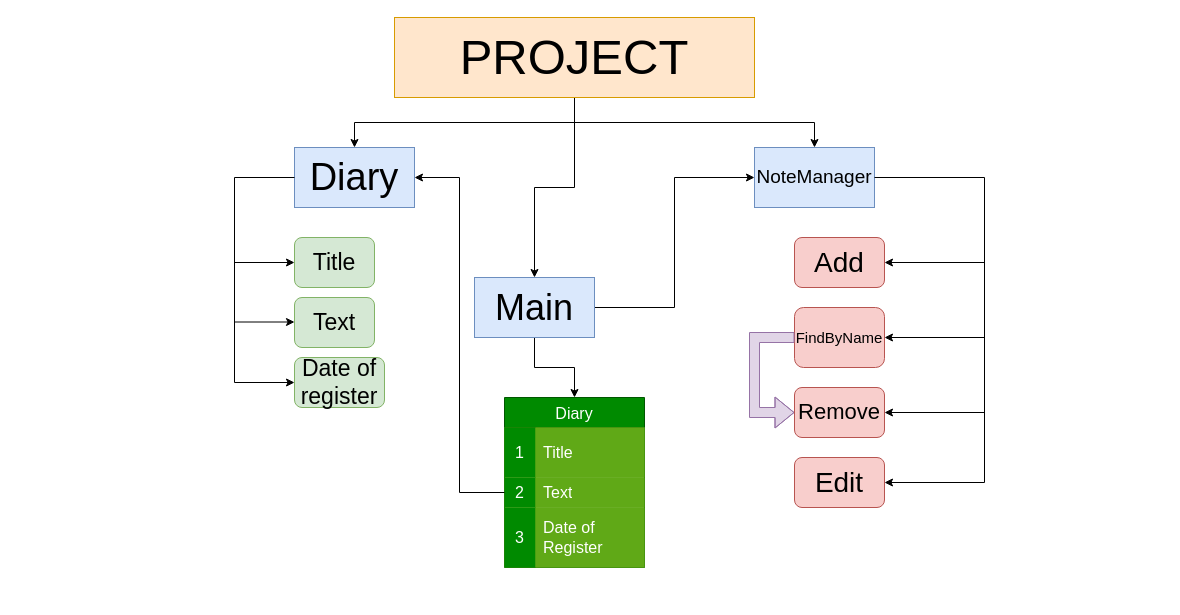
Earlier version of the draw.io diagram Final_Project/FinalProject.drawio (Lyagushechka1/FinalProject). Source tidied: cells renumbered, new cells numbered last; positions are measured from the earlier drawing's top-left corner, leaving out a move shared by most shapes. Both pictures are drawn from the tidied source at 100%, with x=0, y=0 at pixel (234, 17).
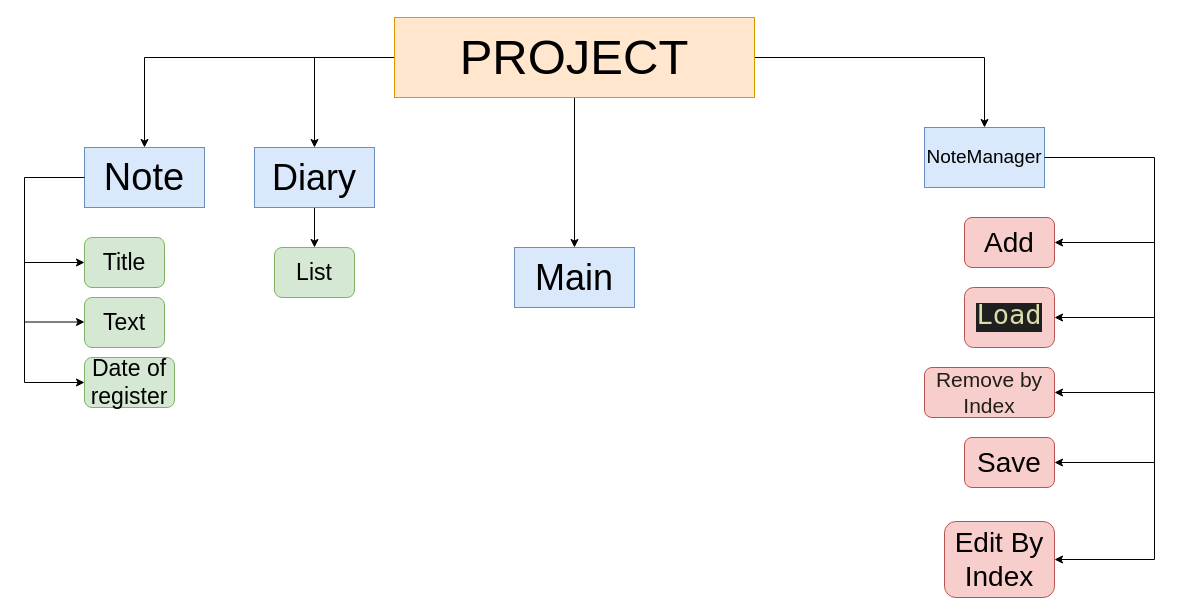
The same page after the edit.

The change refers to these unchanged cells:
```xml
<mxCell id="12" value="&lt;font style=&quot;font-size: 49px;&quot;&gt;PROJECT&lt;/font&gt;" style="rounded=0;whiteSpace=wrap;html=1;fillColor=#ffe6cc;strokeColor=#d79b00;" parent="1" vertex="1">
  <mxGeometry x="160" width="360" height="80" as="geometry" />
</mxCell>
```

Diff of the diagram source:
```diff
@@
-    <mxCell id="2" value="&lt;font style=&quot;font-size: 38px;&quot;&gt;Diary&lt;/font&gt;" style="rounded=0;whiteSpace=wrap;html=1;fillColor=#dae8fc;strokeColor=#6c8ebf;" parent="1" vertex="1">
-      <mxGeometry x="60" y="130" width="120" height="60" as="geometry" />
+    <mxCell id="2" value="&lt;font style=&quot;font-size: 38px;&quot;&gt;Note&lt;/font&gt;" style="rounded=0;whiteSpace=wrap;html=1;fillColor=#dae8fc;strokeColor=#6c8ebf;" parent="1" vertex="1">
+      <mxGeometry x="-150" y="130" width="120" height="60" as="geometry" />
     </mxCell>
     <mxCell id="3" value="&lt;font style=&quot;font-size: 23px;&quot;&gt;Title&lt;/font&gt;" style="rounded=1;whiteSpace=wrap;html=1;fillColor=#d5e8d4;strokeColor=#82b366;" parent="1" vertex="1">
-      <mxGeometry x="60" y="220" width="80" height="50" as="geometry" />
+      <mxGeometry x="-150" y="220" width="80" height="50" as="geometry" />
     </mxCell>
     <mxCell id="4" value="&lt;font style=&quot;font-size: 23px;&quot;&gt;Text&lt;/font&gt;" style="rounded=1;whiteSpace=wrap;html=1;fillColor=#d5e8d4;strokeColor=#82b366;" parent="1" vertex="1">
-      <mxGeometry x="60" y="280" width="80" height="50" as="geometry" />
+      <mxGeometry x="-150" y="280" width="80" height="50" as="geometry" />
     </mxCell>
     <mxCell id="5" value="&lt;font style=&quot;font-size: 23px;&quot;&gt;Date of register&lt;/font&gt;" style="rounded=1;whiteSpace=wrap;html=1;fillColor=#d5e8d4;strokeColor=#82b366;" parent="1" vertex="1">
-      <mxGeometry x="60" y="340" width="90" height="50" as="geometry" />
+      <mxGeometry x="-150" y="340" width="90" height="50" as="geometry" />
     </mxCell>
     <mxCell id="6" style="endArrow=classic;html=1;rounded=0;exitX=0;exitY=0.5;exitDx=0;exitDy=0;entryX=0;entryY=0.5;entryDx=0;entryDy=0;" parent="1" edge="1" source="2" target="5">
       <mxGeometry relative="1" as="geometry">
         <Array as="points">
-          <mxPoint y="160" />
-          <mxPoint y="365" />
+          <mxPoint x="-210" y="160" />
+          <mxPoint x="-210" y="365" />
         </Array>
       </mxGeometry>
     </mxCell>
     <mxCell id="7" style="endArrow=classic;html=1;rounded=0;entryX=0;entryY=0.5;entryDx=0;entryDy=0;" parent="1" edge="1" target="3">
       <mxGeometry relative="1" as="geometry">
-        <mxPoint y="245" as="sourcePoint" />
+        <mxPoint x="-210" y="245" as="sourcePoint" />
       </mxGeometry>
     </mxCell>
     <mxCell id="8" style="endArrow=classic;html=1;rounded=0;entryX=0;entryY=0.5;entryDx=0;entryDy=0;" parent="1" edge="1">
       <mxGeometry relative="1" as="geometry">
-        <mxPoint y="304.5" as="sourcePoint" />
-        <mxPoint x="60" y="304.5" as="targetPoint" />
+        <mxPoint x="-210" y="304.5" as="sourcePoint" />
+        <mxPoint x="-150" y="304.5" as="targetPoint" />
       </mxGeometry>
     </mxCell>
@@
+    <mxCell id="37" style="edgeStyle=orthogonalEdgeStyle;rounded=0;jettySize=auto;html=1;entryX=0.5;entryY=0;entryDx=0;entryDy=0;" parent="1" edge="1" source="12" target="25">
+      <mxGeometry relative="1" as="geometry" />
+    </mxCell>
@@
     <mxCell id="13" value="&lt;font style=&quot;font-size: 19px;&quot;&gt;NoteManager&lt;/font&gt;" style="rounded=0;whiteSpace=wrap;html=1;fillColor=#dae8fc;strokeColor=#6c8ebf;" parent="1" vertex="1">
-      <mxGeometry x="520" y="130" width="120" height="60" as="geometry" />
+      <mxGeometry x="690" y="110" width="120" height="60" as="geometry" />
     </mxCell>
     <mxCell id="14" value="&lt;font style=&quot;font-size: 28px;&quot;&gt;Add&lt;/font&gt;" style="rounded=1;whiteSpace=wrap;html=1;fillColor=#f8cecc;strokeColor=#b85450;" parent="1" vertex="1">
-      <mxGeometry x="560" y="220" width="90" height="50" as="geometry" />
+      <mxGeometry x="730" y="200" width="90" height="50" as="geometry" />
     </mxCell>
-    <mxCell id="15" value="&lt;font style=&quot;font-size: 15px;&quot;&gt;FindByName&lt;/font&gt;" style="rounded=1;whiteSpace=wrap;html=1;fillColor=#f8cecc;strokeColor=#b85450;" parent="1" vertex="1">
-      <mxGeometry x="560" y="290" width="90" height="60" as="geometry" />
+    <mxCell id="15" value="&lt;div style=&quot;background-color: rgb(31, 31, 31); font-family: Menlo, Monaco, &amp;quot;Courier New&amp;quot;, monospace; line-height: 23px; white-space: pre;&quot;&gt;&lt;font color=&quot;#dcdcaa&quot;&gt;&lt;span style=&quot;font-size: 27px;&quot;&gt;Load&lt;/span&gt;&lt;/font&gt;&lt;/div&gt;" style="rounded=1;whiteSpace=wrap;html=1;fillColor=#f8cecc;strokeColor=#b85450;" parent="1" vertex="1">
+      <mxGeometry x="730" y="270" width="90" height="60" as="geometry" />
     </mxCell>
-    <mxCell id="16" value="&lt;font style=&quot;font-size: 22px;&quot;&gt;Remove&lt;/font&gt;" style="rounded=1;whiteSpace=wrap;html=1;fillColor=#f8cecc;strokeColor=#b85450;" parent="1" vertex="1">
-      <mxGeometry x="560" y="370" width="90" height="50" as="geometry" />
+    <mxCell id="16" value="&lt;font style=&quot;font-size: 21px;&quot;&gt;&lt;font style=&quot;font-size: 21px;&quot; color=&quot;#1f1f18&quot;&gt;Remove by Index&lt;/font&gt;&lt;/font&gt;" style="rounded=1;whiteSpace=wrap;html=1;fillColor=#f8cecc;strokeColor=#b85450;" parent="1" vertex="1">
+      <mxGeometry x="690" y="350" width="130" height="50" as="geometry" />
     </mxCell>
-    <mxCell id="17" value="&lt;font style=&quot;font-size: 28px;&quot;&gt;Edit&lt;/font&gt;" style="rounded=1;whiteSpace=wrap;html=1;fillColor=#f8cecc;strokeColor=#b85450;" parent="1" vertex="1">
-      <mxGeometry x="560" y="440" width="90" height="50" as="geometry" />
+    <mxCell id="17" value="&lt;font style=&quot;font-size: 28px;&quot;&gt;Save&lt;/font&gt;" style="rounded=1;whiteSpace=wrap;html=1;fillColor=#f8cecc;strokeColor=#b85450;" parent="1" vertex="1">
+      <mxGeometry x="730" y="420" width="90" height="50" as="geometry" />
     </mxCell>
     <mxCell id="18" style="endArrow=classic;html=1;rounded=0;exitX=1;exitY=0.5;exitDx=0;exitDy=0;entryX=1;entryY=0.5;entryDx=0;entryDy=0;" parent="1" edge="1" source="13" target="17">
       <mxGeometry relative="1" as="geometry">
         <Array as="points">
-          <mxPoint x="750" y="160" />
-          <mxPoint x="750" y="465" />
+          <mxPoint x="920" y="140" />
+          <mxPoint x="920" y="445" />
         </Array>
       </mxGeometry>
     </mxCell>
     <mxCell id="19" style="endArrow=classic;html=1;rounded=0;entryX=1;entryY=0.5;entryDx=0;entryDy=0;" parent="1" edge="1" target="14">
       <mxGeometry relative="1" as="geometry">
-        <mxPoint x="750" y="245" as="sourcePoint" />
+        <mxPoint x="920" y="225" as="sourcePoint" />
       </mxGeometry>
     </mxCell>
     <mxCell id="20" style="endArrow=classic;html=1;rounded=0;" parent="1" edge="1">
       <mxGeometry relative="1" as="geometry">
-        <mxPoint x="750" y="320" as="sourcePoint" />
-        <mxPoint x="650" y="320" as="targetPoint" />
+        <mxPoint x="920" y="300" as="sourcePoint" />
+        <mxPoint x="820" y="300" as="targetPoint" />
       </mxGeometry>
     </mxCell>
     <mxCell id="21" style="endArrow=classic;html=1;rounded=0;" parent="1" edge="1">
       <mxGeometry relative="1" as="geometry">
-        <mxPoint x="750" y="395" as="sourcePoint" />
-        <mxPoint x="650" y="395" as="targetPoint" />
+        <mxPoint x="920" y="375" as="sourcePoint" />
+        <mxPoint x="820" y="375" as="targetPoint" />
       </mxGeometry>
     </mxCell>
-    <mxCell id="22" style="edgeStyle=orthogonalEdgeStyle;rounded=0;jettySize=auto;html=1;entryX=0.5;entryY=0;entryDx=0;entryDy=0;" parent="1" edge="1" source="24" target="25">
-      <mxGeometry relative="1" as="geometry" />
-    </mxCell>
-    <mxCell id="23" style="edgeStyle=orthogonalEdgeStyle;rounded=0;jettySize=auto;html=1;entryX=0;entryY=0.5;entryDx=0;entryDy=0;" parent="1" edge="1" source="24" target="13">
-      <mxGeometry relative="1" as="geometry" />
-    </mxCell>
     <mxCell id="24" value="&lt;font style=&quot;font-size: 36px;&quot;&gt;Main&lt;/font&gt;" style="rounded=0;whiteSpace=wrap;html=1;fillColor=#dae8fc;strokeColor=#6c8ebf;" parent="1" vertex="1">
-      <mxGeometry x="240" y="260" width="120" height="60" as="geometry" />
+      <mxGeometry x="280" y="230" width="120" height="60" as="geometry" />
     </mxCell>
+    <mxCell id="38" style="edgeStyle=orthogonalEdgeStyle;rounded=0;jettySize=auto;html=1;entryX=0.5;entryY=0;entryDx=0;entryDy=0;" parent="1" edge="1" source="25" target="39">
+      <mxGeometry relative="1" as="geometry" />
+    </mxCell>
-    <mxCell id="25" value="Diary" style="shape=table;startSize=30;childLayout=tableLayout;rowLines=0;fontStyle=0;strokeColor=#005700;fontSize=16;fillColor=#008a00;fontColor=#ffffff;" parent="1" vertex="1">
-      <mxGeometry x="270" y="380" width="140" height="170" as="geometry" />
+    <mxCell id="25" value="&lt;font style=&quot;font-size: 36px;&quot;&gt;Diary&lt;/font&gt;" style="rounded=0;whiteSpace=wrap;html=1;fillColor=#dae8fc;strokeColor=#6c8ebf;" parent="1" vertex="1">
+      <mxGeometry x="20" y="130" width="120" height="60" as="geometry" />
     </mxCell>
-    <mxCell id="26" style="shape=tableRow;horizontal=0;startSize=0;swimlaneHead=0;swimlaneBody=0;top=0;left=0;bottom=0;right=0;fillColor=#60a917;strokeColor=#2D7600;fontSize=16;fontColor=#ffffff;" parent="25" vertex="1">
-      <mxGeometry y="30" width="140" height="50" as="geometry" />
-    </mxCell>
-    <mxCell id="27" value="1" style="shape=partialRectangle;html=1;whiteSpace=wrap;fillColor=#008a00;top=0;left=0;bottom=0;right=0;overflow=hidden;strokeColor=#005700;fontSize=16;fontColor=#ffffff;" parent="26" vertex="1">
-      <mxGeometry width="31" height="50" as="geometry" />
-    </mxCell>
-    <mxCell id="28" value="Title" style="shape=partialRectangle;html=1;whiteSpace=wrap;fillColor=#60a917;top=0;left=0;bottom=0;right=0;align=left;spacingLeft=6;overflow=hidden;strokeColor=#2D7600;fontSize=16;fontColor=#ffffff;" parent="26" vertex="1">
-      <mxGeometry x="31" width="109" height="50" as="geometry" />
-    </mxCell>
-    <mxCell id="29" style="shape=tableRow;horizontal=0;startSize=0;swimlaneHead=0;swimlaneBody=0;top=0;left=0;bottom=0;right=0;fillColor=#60a917;points=[[0,0.5],[1,0.5]];portConstraint=eastwest;strokeColor=#2D7600;fontSize=16;fontColor=#ffffff;" parent="25" vertex="1">
-      <mxGeometry y="80" width="140" height="30" as="geometry" />
-    </mxCell>
-    <mxCell id="30" value="2" style="shape=partialRectangle;html=1;whiteSpace=wrap;fillColor=#008a00;top=0;left=0;bottom=0;right=0;overflow=hidden;strokeColor=#005700;fontSize=16;fontColor=#ffffff;" parent="29" vertex="1">
-      <mxGeometry width="31" height="30" as="geometry" />
-    </mxCell>
-    <mxCell id="31" value="Text" style="shape=partialRectangle;html=1;whiteSpace=wrap;fillColor=#60a917;top=0;left=0;bottom=0;right=0;align=left;spacingLeft=6;overflow=hidden;strokeColor=#2D7600;fontSize=16;fontColor=#ffffff;" parent="29" vertex="1">
-      <mxGeometry x="31" width="109" height="30" as="geometry" />
-    </mxCell>
-    <mxCell id="32" style="shape=tableRow;horizontal=0;startSize=0;swimlaneHead=0;swimlaneBody=0;top=0;left=0;bottom=0;right=0;fillColor=#60a917;strokeColor=#2D7600;fontSize=16;fontColor=#ffffff;" parent="25" vertex="1">
-      <mxGeometry y="110" width="140" height="60" as="geometry" />
-    </mxCell>
-    <mxCell id="33" value="3" style="shape=partialRectangle;html=1;whiteSpace=wrap;fillColor=#008a00;top=0;left=0;bottom=0;right=0;overflow=hidden;strokeColor=#005700;fontSize=16;fontColor=#ffffff;" parent="32" vertex="1">
-      <mxGeometry width="31" height="60" as="geometry" />
-    </mxCell>
-    <mxCell id="34" value="Date of Register" style="shape=partialRectangle;html=1;whiteSpace=wrap;fillColor=#60a917;top=0;left=0;bottom=0;right=0;align=left;spacingLeft=6;overflow=hidden;strokeColor=#2D7600;fontSize=16;fontColor=#ffffff;" parent="32" vertex="1">
-      <mxGeometry x="31" width="109" height="60" as="geometry" />
-    </mxCell>
-    <mxCell id="35" style="edgeStyle=orthogonalEdgeStyle;rounded=0;jettySize=auto;html=1;entryX=1;entryY=0.5;entryDx=0;entryDy=0;" parent="1" edge="1" source="29" target="2">
-      <mxGeometry relative="1" as="geometry" />
-    </mxCell>
-    <mxCell id="36" style="shape=flexArrow;endArrow=classic;html=1;rounded=0;exitX=0;exitY=0.5;exitDx=0;exitDy=0;entryX=0;entryY=0.5;entryDx=0;entryDy=0;fillColor=#e1d5e7;strokeColor=#9673a6;" parent="1" edge="1" source="15" target="16">
-      <mxGeometry relative="1" as="geometry">
-        <Array as="points">
-          <mxPoint x="520" y="320" />
-          <mxPoint x="520" y="395" />
-        </Array>
-      </mxGeometry>
-    </mxCell>
+    <mxCell id="39" value="&lt;font style=&quot;font-size: 23px;&quot;&gt;List&lt;/font&gt;" style="rounded=1;whiteSpace=wrap;html=1;fillColor=#d5e8d4;strokeColor=#82b366;" parent="1" vertex="1">
+      <mxGeometry x="40" y="230" width="80" height="50" as="geometry" />
+    </mxCell>
+    <mxCell id="40" value="&lt;font style=&quot;font-size: 28px;&quot;&gt;Edit By Index&lt;/font&gt;" style="rounded=1;whiteSpace=wrap;html=1;fillColor=#f8cecc;strokeColor=#b85450;" parent="1" vertex="1">
+      <mxGeometry x="710" y="504" width="110" height="76" as="geometry" />
+    </mxCell>
+    <mxCell id="41" style="endArrow=classic;html=1;rounded=0;entryX=1;entryY=0.5;entryDx=0;entryDy=0;" parent="1" edge="1" target="40">
+      <mxGeometry relative="1" as="geometry">
+        <mxPoint x="920" y="440" as="sourcePoint" />
+        <Array as="points">
+          <mxPoint x="920" y="542" />
+        </Array>
+      </mxGeometry>
+    </mxCell>
```
